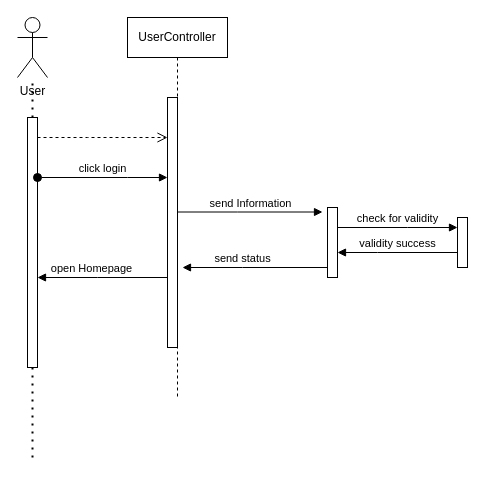
This is Dokumentation/diagrams/Sequenz-Diagramm Use Case Login.drawio from sraosha47/m226, a draw.io file, before an edit. Source tidied: cells renumbered, new cells numbered last; positions are measured from the earlier drawing's top-left corner, leaving out a move shared by most shapes. Both pictures are drawn from the tidied source at 100%, with x=0, y=0 at pixel (17, 17).
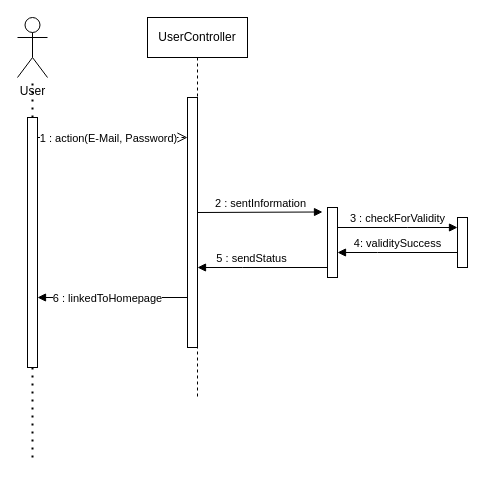
Above is the later version.

The change refers to these unchanged cells:
```xml
<mxCell id="3" style="html=1;points=[];perimeter=orthogonalPerimeter;outlineConnect=0;targetShapes=umlLifeline;portConstraint=eastwest;newEdgeStyle={&quot;edgeStyle&quot;:&quot;elbowEdgeStyle&quot;,&quot;elbow&quot;:&quot;vertical&quot;,&quot;curved&quot;:0,&quot;rounded&quot;:0};" parent="2" vertex="1">
  <mxGeometry x="40" y="80" width="10" height="250" as="geometry" />
</mxCell>
<mxCell id="7" style="html=1;points=[];perimeter=orthogonalPerimeter;outlineConnect=0;targetShapes=umlLifeline;portConstraint=eastwest;newEdgeStyle={&quot;edgeStyle&quot;:&quot;elbowEdgeStyle&quot;,&quot;elbow&quot;:&quot;vertical&quot;,&quot;curved&quot;:0,&quot;rounded&quot;:0};" parent="1" vertex="1">
  <mxGeometry x="10" y="100" width="10" height="250" as="geometry" />
</mxCell>
<mxCell id="14" style="html=1;points=[];perimeter=orthogonalPerimeter;outlineConnect=0;targetShapes=umlLifeline;portConstraint=eastwest;newEdgeStyle={&quot;edgeStyle&quot;:&quot;elbowEdgeStyle&quot;,&quot;elbow&quot;:&quot;vertical&quot;,&quot;curved&quot;:0,&quot;rounded&quot;:0};" parent="1" vertex="1">
  <mxGeometry x="310" y="190" width="10" height="70" as="geometry" />
</mxCell>
<mxCell id="15" style="html=1;points=[];perimeter=orthogonalPerimeter;outlineConnect=0;targetShapes=umlLifeline;portConstraint=eastwest;newEdgeStyle={&quot;edgeStyle&quot;:&quot;elbowEdgeStyle&quot;,&quot;elbow&quot;:&quot;vertical&quot;,&quot;curved&quot;:0,&quot;rounded&quot;:0};" parent="1" vertex="1">
  <mxGeometry x="440" y="200" width="10" height="50" as="geometry" />
</mxCell>
```

Change to the diagram source:
```diff
@@
     <mxCell id="2" value="UserController" style="shape=umlLifeline;perimeter=lifelinePerimeter;whiteSpace=wrap;html=1;newEdgeStyle={&quot;edgeStyle&quot;:&quot;elbowEdgeStyle&quot;,&quot;elbow&quot;:&quot;vertical&quot;,&quot;curved&quot;:0,&quot;rounded&quot;:0};" parent="1" vertex="1">
-      <mxGeometry x="110" width="100" height="380" as="geometry" />
+      <mxGeometry x="130" width="100" height="380" as="geometry" />
     </mxCell>
@@
-    <mxCell id="4" value="send Information" style="html=1;verticalAlign=bottom;endArrow=block;edgeStyle=elbowEdgeStyle;elbow=vertical;curved=0;rounded=0;" parent="1" edge="1">
+    <mxCell id="4" value="2 : sentInformation" style="html=1;verticalAlign=bottom;endArrow=block;edgeStyle=elbowEdgeStyle;elbow=vertical;curved=0;rounded=0;" parent="1" edge="1">
       <mxGeometry relative="1" as="geometry">
-        <mxPoint x="160" y="194.5" as="sourcePoint" />
+        <mxPoint x="180" y="195" as="sourcePoint" />
         <mxPoint x="305" y="194.5" as="targetPoint" />
         <Array as="points">
           <mxPoint x="220" y="194.5" />
         </Array>
       </mxGeometry>
     </mxCell>
-    <mxCell id="5" value="send status" style="html=1;verticalAlign=bottom;endArrow=block;edgeStyle=elbowEdgeStyle;elbow=vertical;curved=0;rounded=0;" parent="1" edge="1">
+    <mxCell id="5" value="5 : sendStatus" style="html=1;verticalAlign=bottom;endArrow=block;edgeStyle=elbowEdgeStyle;elbow=vertical;curved=0;rounded=0;" parent="1" edge="1">
       <mxGeometry x="0.17" relative="1" as="geometry">
         <mxPoint x="310" y="250" as="sourcePoint" />
-        <mxPoint x="165" y="250" as="targetPoint" />
+        <mxPoint x="180" y="250" as="targetPoint" />
         <Array as="points">
           <mxPoint x="225" y="250" />
         </Array>
       </mxGeometry>
     </mxCell>
@@
-    <mxCell id="8" value="click login" style="html=1;verticalAlign=bottom;startArrow=oval;endArrow=block;startSize=8;edgeStyle=elbowEdgeStyle;elbow=vertical;curved=0;rounded=0;" parent="1" edge="1" source="7">
-      <mxGeometry relative="1" as="geometry">
-        <mxPoint x="150" y="160" as="targetPoint" />
-        <Array as="points">
-          <mxPoint x="110" y="160" />
-        </Array>
-      </mxGeometry>
-    </mxCell>
     <mxCell id="9" value="&amp;nbsp;" style="html=1;verticalAlign=bottom;endArrow=open;dashed=1;endSize=8;edgeStyle=elbowEdgeStyle;elbow=vertical;curved=0;rounded=0;" parent="1" edge="1" target="3">
-      <mxGeometry relative="1" as="geometry">
+      <mxGeometry x="0.07" relative="1" as="geometry">
         <mxPoint x="20" y="120" as="sourcePoint" />
         <Array as="points">
           <mxPoint x="70" y="120" />
         </Array>
       </mxGeometry>
     </mxCell>
+    <mxCell id="17" value="1 : action(E-Mail, Password)" style="edgeLabel;html=1;align=center;verticalAlign=middle;" parent="9" vertex="1">
+      <mxGeometry x="-0.48" y="3" relative="1" as="geometry">
+        <mxPoint x="31" y="3" as="offset" />
+      </mxGeometry>
+    </mxCell>
@@
-    <mxCell id="12" value="check for validity" style="html=1;verticalAlign=bottom;endArrow=block;edgeStyle=elbowEdgeStyle;elbow=vertical;curved=0;rounded=0;" parent="1" edge="1">
+    <mxCell id="12" value="3 : checkForValidity" style="html=1;verticalAlign=bottom;endArrow=block;edgeStyle=elbowEdgeStyle;elbow=vertical;curved=0;rounded=0;" parent="1" edge="1">
       <mxGeometry relative="1" as="geometry">
         <mxPoint x="320" y="210" as="sourcePoint" />
         <mxPoint x="440" y="210" as="targetPoint" />
         <Array as="points">
           <mxPoint x="390" y="210" />
         </Array>
       </mxGeometry>
     </mxCell>
-    <mxCell id="13" value="validity success" style="html=1;verticalAlign=bottom;endArrow=block;edgeStyle=elbowEdgeStyle;elbow=vertical;curved=0;rounded=0;" parent="1" edge="1" source="15" target="14">
+    <mxCell id="13" value="4: validitySuccess" style="html=1;verticalAlign=bottom;endArrow=block;edgeStyle=elbowEdgeStyle;elbow=vertical;curved=0;rounded=0;" parent="1" edge="1" source="15" target="14">
       <mxGeometry relative="1" as="geometry">
         <Array as="points">
           <mxPoint x="360" y="235" />
         </Array>
       </mxGeometry>
     </mxCell>
@@
-    <mxCell id="16" value="open Homepage" style="html=1;verticalAlign=bottom;endArrow=block;edgeStyle=elbowEdgeStyle;elbow=vertical;curved=0;rounded=0;" parent="1" edge="1">
-      <mxGeometry x="0.17" relative="1" as="geometry">
-        <mxPoint x="150" y="260" as="sourcePoint" />
-        <mxPoint x="20" y="260" as="targetPoint" />
+    <mxCell id="16" value="6 : linkedToHomepage" style="html=1;verticalAlign=bottom;endArrow=block;edgeStyle=elbowEdgeStyle;elbow=vertical;curved=0;rounded=0;" parent="1" edge="1" source="3" target="7">
+      <mxGeometry x="0.07" y="10" relative="1" as="geometry">
         <Array as="points">
-          <mxPoint x="80" y="260" />
+          <mxPoint x="100" y="280" />
         </Array>
       </mxGeometry>
     </mxCell>
```
